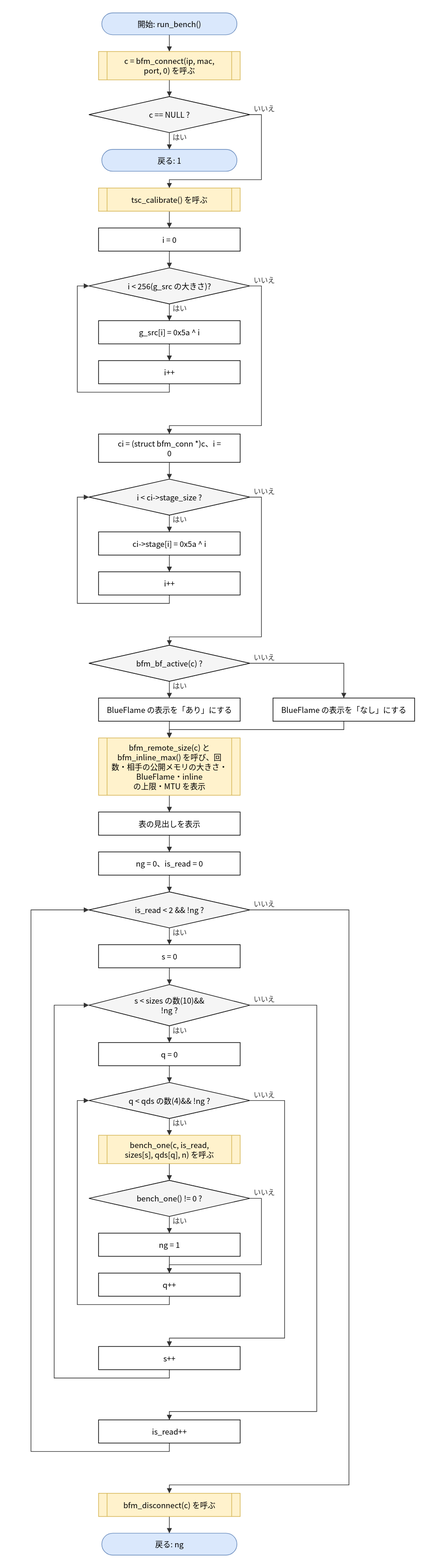
Earlier version of the draw.io export doc/spec/images/flow_test_bfm_test-run_bench.drawio.svg (hf355051012-ai/bfmem). Source tidied: cells renumbered, new cells last; positions are measured from the earlier drawing's top-left corner, leaving out a move shared by most shapes.
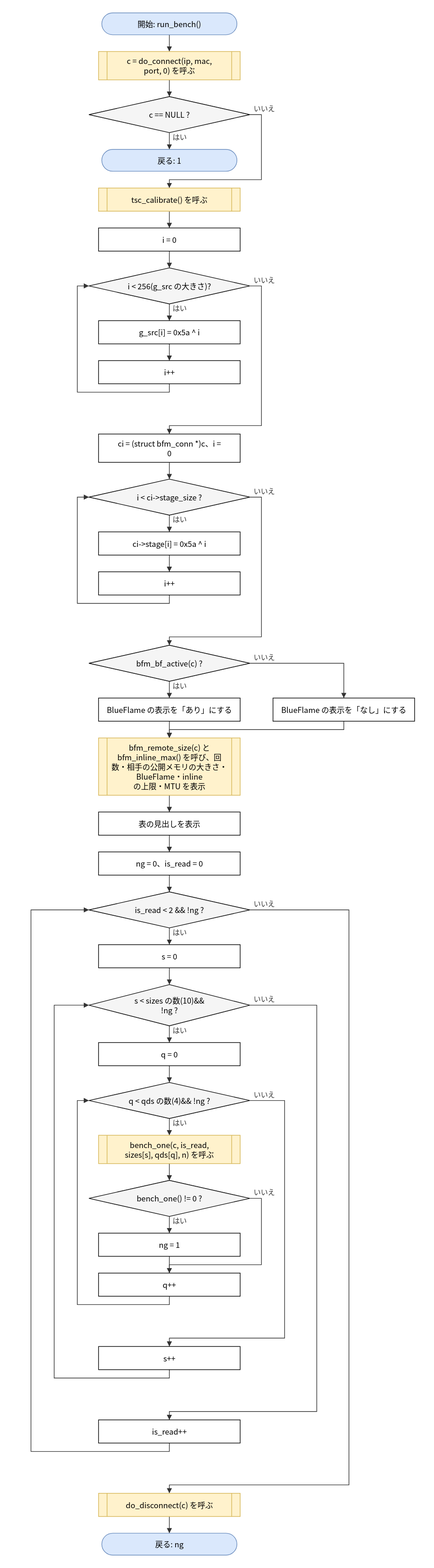
Above is the later version.

Change to the diagram source:
```diff
@@ -5,7 +5,7 @@
     <mxCell id="2" value="開始: run_bench()" style="rounded=1;arcSize=50;whiteSpace=wrap;html=1;fillColor=#dae8fc;strokeColor=#6c8ebf;" parent="1" vertex="1">
       <mxGeometry x="110" width="210" height="34" as="geometry" />
     </mxCell>
-    <mxCell id="3" value="c = bfm_connect(ip, mac,&lt;br&gt;port, 0) を呼ぶ" style="shape=process;whiteSpace=wrap;html=1;backgroundOutline=1;size=0.06;fillColor=#fff2cc;strokeColor=#d6b656;" parent="1" vertex="1">
+    <mxCell id="3" value="c = do_connect(ip, mac,&lt;br&gt;port, 0) を呼ぶ" style="shape=process;whiteSpace=wrap;html=1;backgroundOutline=1;size=0.06;fillColor=#fff2cc;strokeColor=#d6b656;" parent="1" vertex="1">
       <mxGeometry x="105" y="60" width="220" height="44" as="geometry" />
     </mxCell>
     <mxCell id="4" value="c == NULL ?" style="rhombus;whiteSpace=wrap;html=1;fillColor=#f5f5f5;" parent="1" vertex="1">
@@ -92,7 +92,7 @@
     <mxCell id="31" value="is_read++" style="rounded=0;whiteSpace=wrap;html=1;" parent="1" vertex="1">
       <mxGeometry x="105" y="2185" width="220" height="36" as="geometry" />
     </mxCell>
-    <mxCell id="32" value="bfm_disconnect(c) を呼ぶ" style="shape=process;whiteSpace=wrap;html=1;backgroundOutline=1;size=0.06;fillColor=#fff2cc;strokeColor=#d6b656;" parent="1" vertex="1">
+    <mxCell id="32" value="do_disconnect(c) を呼ぶ" style="shape=process;whiteSpace=wrap;html=1;backgroundOutline=1;size=0.06;fillColor=#fff2cc;strokeColor=#d6b656;" parent="1" vertex="1">
       <mxGeometry x="105" y="2299" width="220" height="36" as="geometry" />
     </mxCell>
     <mxCell id="33" value="戻る: ng" style="rounded=1;arcSize=50;whiteSpace=wrap;html=1;fillColor=#dae8fc;strokeColor=#6c8ebf;" parent="1" vertex="1">
```
